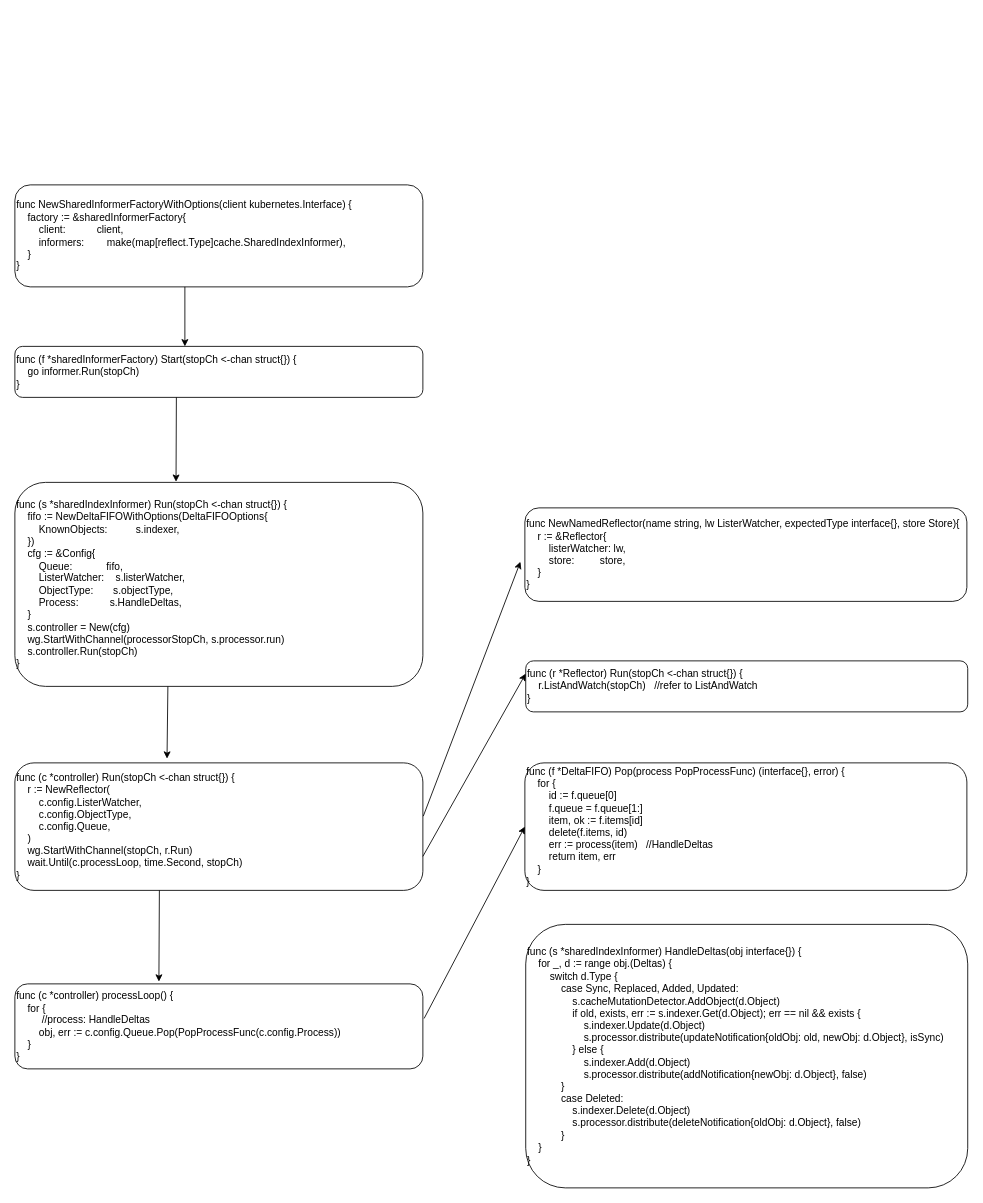
bjqhfd/draw keeps this draw.io diagram as kubernetes/informer.drawio. Above is the earlier version. Source tidied: cells renumbered, new cells numbered last; positions are measured from the earlier drawing's top-left corner, leaving out a move shared by most shapes. Both pictures are drawn from the tidied source at 85%, with x=0, y=0 at pixel (14, 184).
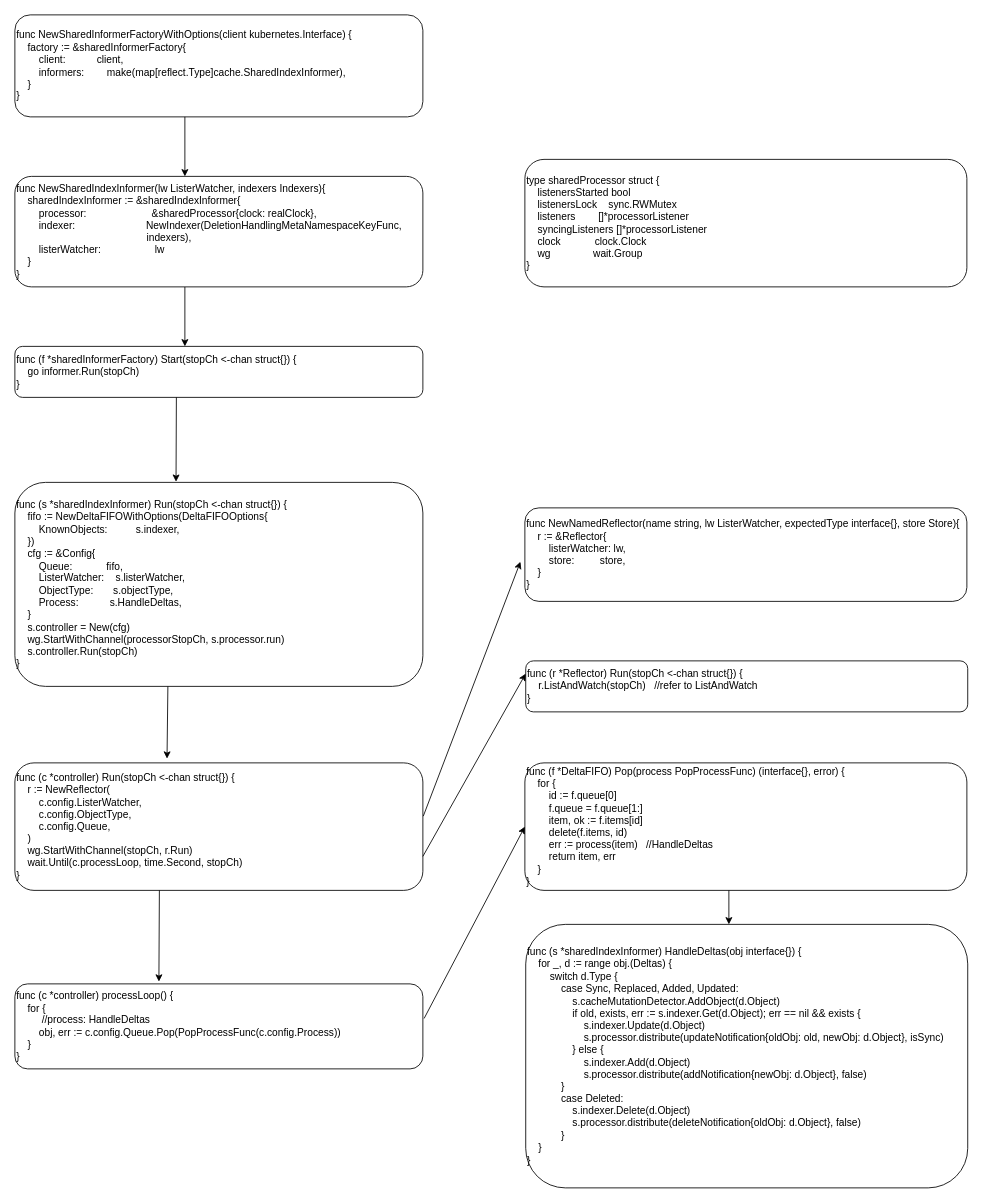
Above is the later version.

Change to the diagram source:
```diff
@@
     <mxCell id="2" value="&lt;div&gt;func NewSharedInformerFactoryWithOptions(client kubernetes.Interface) {&lt;/div&gt;&lt;div&gt;&lt;span&gt;&lt;/span&gt;&amp;nbsp; &amp;nbsp; factory := &amp;amp;sharedInformerFactory{&lt;/div&gt;&lt;div&gt;&lt;span&gt;&lt;/span&gt;&amp;nbsp; &amp;nbsp; &amp;nbsp; &amp;nbsp; client:&amp;nbsp; &amp;nbsp; &amp;nbsp; &amp;nbsp; &amp;nbsp; &amp;nbsp;client,&lt;/div&gt;&lt;div&gt;&lt;span&gt;&lt;/span&gt;&amp;nbsp; &amp;nbsp; &amp;nbsp; &amp;nbsp; informers:&amp;nbsp; &amp;nbsp; &amp;nbsp; &amp;nbsp; make(map[reflect.Type]cache.SharedIndexInformer),&lt;/div&gt;&lt;div&gt;&lt;span&gt;&lt;/span&gt;&amp;nbsp; &amp;nbsp; }&lt;/div&gt;&lt;div&gt;}&lt;/div&gt;" style="rounded=1;whiteSpace=wrap;html=1;align=left;" parent="1" vertex="1">
-      <mxGeometry width="480" height="120" as="geometry" />
+      <mxGeometry y="-200" width="480" height="120" as="geometry" />
     </mxCell>
@@
+    <mxCell id="18" style="endArrow=classic;html=1;" parent="1" edge="1">
+      <mxGeometry relative="1" as="geometry">
+        <mxPoint x="840" y="830" as="sourcePoint" />
+        <mxPoint x="840" y="870" as="targetPoint" />
+      </mxGeometry>
+    </mxCell>
+    <mxCell id="19" value="&lt;div&gt;func NewSharedIndexInformer(lw ListerWatcher, indexers Indexers){&lt;/div&gt;&lt;div&gt;&amp;nbsp; &amp;nbsp; sharedIndexInformer := &amp;amp;sharedIndexInformer{&lt;/div&gt;&lt;div&gt;&lt;span&gt;&lt;/span&gt;&amp;nbsp; &amp;nbsp; &amp;nbsp; &amp;nbsp; processor:&amp;nbsp; &amp;nbsp; &amp;nbsp; &amp;nbsp; &amp;nbsp; &amp;nbsp; &amp;nbsp; &amp;nbsp; &amp;nbsp; &amp;nbsp; &amp;nbsp; &amp;nbsp;&amp;amp;sharedProcessor{clock: realClock},&lt;/div&gt;&lt;div&gt;&lt;span&gt;&lt;/span&gt;&amp;nbsp; &amp;nbsp; &amp;nbsp; &amp;nbsp; indexer:&amp;nbsp; &amp;nbsp; &amp;nbsp; &amp;nbsp; &amp;nbsp; &amp;nbsp; &amp;nbsp; &amp;nbsp; &amp;nbsp; &amp;nbsp; &amp;nbsp; &amp;nbsp; &amp;nbsp;NewIndexer(DeletionHandlingMetaNamespaceKeyFunc,&amp;nbsp; &amp;nbsp; &amp;nbsp; &amp;nbsp; &amp;nbsp; &amp;nbsp; &amp;nbsp; &amp;nbsp; &amp;nbsp; &amp;nbsp; &amp;nbsp; &amp;nbsp; &amp;nbsp; &amp;nbsp; &amp;nbsp; &amp;nbsp; &amp;nbsp; &amp;nbsp; &amp;nbsp; &amp;nbsp; &amp;nbsp; &amp;nbsp; &amp;nbsp; &amp;nbsp; &amp;nbsp; &amp;nbsp; &amp;nbsp; indexers),&lt;/div&gt;&lt;div&gt;&lt;span&gt;&lt;/span&gt;&amp;nbsp; &amp;nbsp; &amp;nbsp; &amp;nbsp; listerWatcher:&amp;nbsp; &amp;nbsp; &amp;nbsp; &amp;nbsp; &amp;nbsp; &amp;nbsp; &amp;nbsp; &amp;nbsp; &amp;nbsp; &amp;nbsp;lw&lt;/div&gt;&lt;div&gt;&lt;span&gt;&lt;/span&gt;&amp;nbsp; &amp;nbsp; }&lt;/div&gt;&lt;div&gt;}&lt;/div&gt;" style="rounded=1;whiteSpace=wrap;html=1;align=left;" parent="1" vertex="1">
+      <mxGeometry y="-10" width="480" height="130" as="geometry" />
+    </mxCell>
+    <mxCell id="20" style="endArrow=classic;html=1;" parent="1" edge="1">
+      <mxGeometry relative="1" as="geometry">
+        <mxPoint x="200" y="-80" as="sourcePoint" />
+        <mxPoint x="200" y="-10" as="targetPoint" />
+      </mxGeometry>
+    </mxCell>
+    <mxCell id="21" value="&lt;div&gt;type sharedProcessor struct {&lt;/div&gt;&lt;div&gt;&lt;span&gt;&lt;/span&gt;&amp;nbsp; &amp;nbsp; listenersStarted bool&lt;/div&gt;&lt;div&gt;&lt;span&gt;&lt;/span&gt;&amp;nbsp; &amp;nbsp; listenersLock&amp;nbsp; &amp;nbsp; sync.RWMutex&lt;/div&gt;&lt;div&gt;&lt;span&gt;&lt;/span&gt;&amp;nbsp; &amp;nbsp; listeners&amp;nbsp; &amp;nbsp; &amp;nbsp; &amp;nbsp; []*processorListener&lt;/div&gt;&lt;div&gt;&lt;span&gt;&lt;/span&gt;&amp;nbsp; &amp;nbsp; syncingListeners []*processorListener&lt;/div&gt;&lt;div&gt;&lt;span&gt;&lt;/span&gt;&amp;nbsp; &amp;nbsp; clock&amp;nbsp; &amp;nbsp; &amp;nbsp; &amp;nbsp; &amp;nbsp; &amp;nbsp; clock.Clock&lt;/div&gt;&lt;div&gt;&lt;span&gt;&lt;/span&gt;&amp;nbsp; &amp;nbsp; wg&amp;nbsp; &amp;nbsp; &amp;nbsp; &amp;nbsp; &amp;nbsp; &amp;nbsp; &amp;nbsp; &amp;nbsp;wait.Group&lt;/div&gt;&lt;div&gt;}&lt;/div&gt;" style="rounded=1;whiteSpace=wrap;html=1;align=left;" parent="1" vertex="1">
+      <mxGeometry x="600" y="-30" width="520" height="150" as="geometry" />
+    </mxCell>
```
